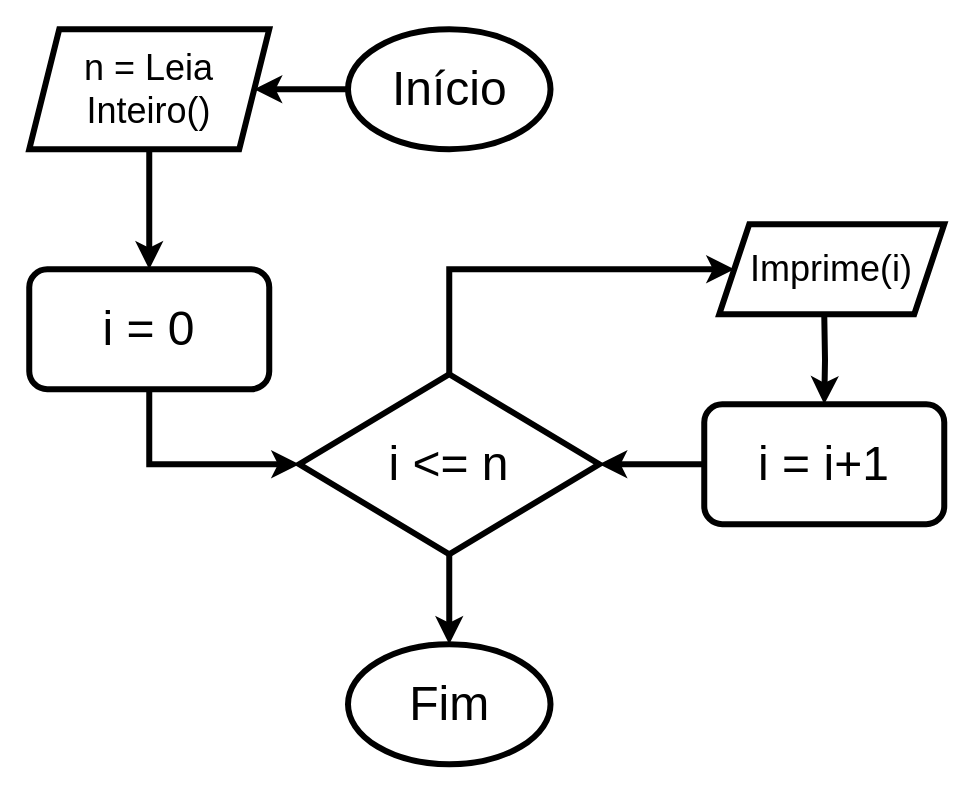
Before: while.drawio in viniciusrpb/drawio_flowcharts, a draw.io diagram. Source tidied: cells renumbered, new cells numbered last; positions are measured from the earlier drawing's top-left corner, leaving out a move shared by most shapes. Both pictures are drawn from the tidied source at 150%, with x=0, y=0 at pixel (28, 28).
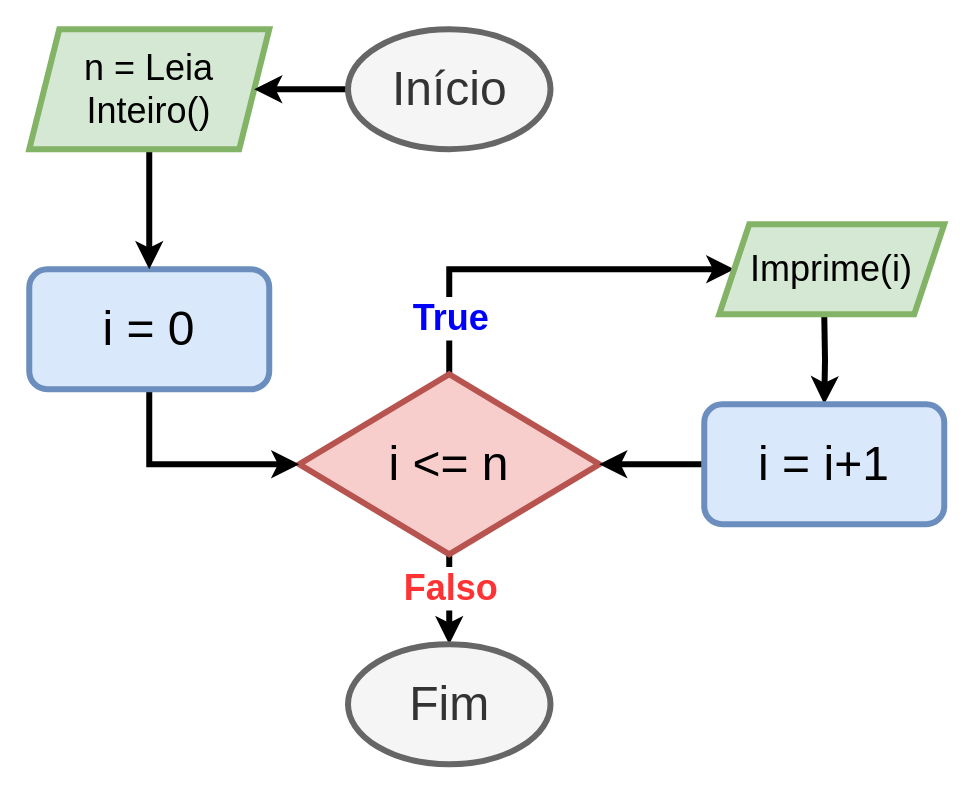
Above is the later version.

Unchanged cells that the change refers to:
```xml
<mxCell id="2" style="edgeStyle=orthogonalEdgeStyle;rounded=0;jettySize=auto;html=1;entryX=0;entryY=0.5;entryDx=0;entryDy=0;exitX=0.5;exitY=0;exitDx=0;exitDy=0;fontSize=32;strokeWidth=4;" parent="1" edge="1" source="4" target="15">
  <mxGeometry relative="1" as="geometry">
    <Array as="points">
      <mxPoint x="280" y="160" />
    </Array>
  </mxGeometry>
</mxCell>
<mxCell id="3" style="edgeStyle=orthogonalEdgeStyle;rounded=0;jettySize=auto;html=1;exitX=0.5;exitY=1;exitDx=0;exitDy=0;fontSize=32;entryX=0.5;entryY=0;entryDx=0;entryDy=0;strokeWidth=4;" parent="1" edge="1" source="4" target="12">
  <mxGeometry relative="1" as="geometry" />
</mxCell>
```

What changed in the source:
```diff
@@
+    <mxCell id="16" value="True" style="edgeLabel;html=1;align=center;verticalAlign=middle;fontColor=#0000FF;fontStyle=1;fontSize=24;" parent="2" vertex="1">
+      <mxGeometry x="-0.71" relative="1" as="geometry" />
+    </mxCell>
@@
+    <mxCell id="17" value="Falso" style="edgeLabel;html=1;align=center;verticalAlign=middle;fontSize=24;fontColor=#FF3333;fontStyle=1;" parent="3" vertex="1">
+      <mxGeometry x="-0.27" relative="1" as="geometry" />
+    </mxCell>
-    <mxCell id="4" value="&lt;font&gt;i &amp;lt;= n&lt;/font&gt;" style="rhombus;whiteSpace=wrap;html=1;fontSize=32;strokeWidth=4;" parent="1" vertex="1">
+    <mxCell id="4" value="&lt;font&gt;i &amp;lt;= n&lt;/font&gt;" style="rhombus;whiteSpace=wrap;html=1;fontSize=32;strokeWidth=4;fillColor=#f8cecc;strokeColor=#b85450;" parent="1" vertex="1">
       <mxGeometry x="180" y="230" width="200" height="120" as="geometry" />
     </mxCell>
@@
-    <mxCell id="6" value="&lt;font&gt;i = 0&lt;/font&gt;" style="rounded=1;whiteSpace=wrap;html=1;fontSize=32;strokeWidth=4;" parent="1" vertex="1">
+    <mxCell id="6" value="&lt;font&gt;i = 0&lt;/font&gt;" style="rounded=1;whiteSpace=wrap;html=1;fontSize=32;strokeWidth=4;fillColor=#dae8fc;strokeColor=#6c8ebf;" parent="1" vertex="1">
       <mxGeometry y="160" width="160" height="80" as="geometry" />
     </mxCell>
@@
-    <mxCell id="9" value="n = Leia Inteiro()" style="shape=parallelogram;perimeter=parallelogramPerimeter;whiteSpace=wrap;html=1;fixedSize=1;fontSize=24;strokeWidth=4;" parent="1" vertex="1">
+    <mxCell id="9" value="n = Leia Inteiro()" style="shape=parallelogram;perimeter=parallelogramPerimeter;whiteSpace=wrap;html=1;fixedSize=1;fontSize=24;strokeWidth=4;fillColor=#d5e8d4;strokeColor=#82b366;" parent="1" vertex="1">
       <mxGeometry width="160" height="80" as="geometry" />
     </mxCell>
@@
-    <mxCell id="11" value="&lt;font&gt;i = i+1&lt;/font&gt;" style="rounded=1;whiteSpace=wrap;html=1;fontSize=32;strokeWidth=4;" parent="1" vertex="1">
+    <mxCell id="11" value="&lt;font&gt;i = i+1&lt;/font&gt;" style="rounded=1;whiteSpace=wrap;html=1;fontSize=32;strokeWidth=4;fillColor=#dae8fc;strokeColor=#6c8ebf;" parent="1" vertex="1">
       <mxGeometry x="450" y="250" width="160" height="80" as="geometry" />
     </mxCell>
-    <mxCell id="12" value="Fim" style="ellipse;whiteSpace=wrap;html=1;fontSize=32;strokeWidth=4;" parent="1" vertex="1">
+    <mxCell id="12" value="Fim" style="ellipse;whiteSpace=wrap;html=1;fontSize=32;strokeWidth=4;fillColor=#f5f5f5;fontColor=#333333;strokeColor=#666666;" parent="1" vertex="1">
       <mxGeometry x="212.5" y="410" width="135" height="80" as="geometry" />
     </mxCell>
@@
-    <mxCell id="14" value="Início" style="ellipse;whiteSpace=wrap;html=1;fontSize=32;strokeWidth=4;" parent="1" vertex="1">
+    <mxCell id="14" value="Início" style="ellipse;whiteSpace=wrap;html=1;fontSize=32;strokeWidth=4;fillColor=#f5f5f5;fontColor=#333333;strokeColor=#666666;" parent="1" vertex="1">
       <mxGeometry x="212.5" width="135" height="80" as="geometry" />
     </mxCell>
-    <mxCell id="15" value="Imprime(i)" style="shape=parallelogram;perimeter=parallelogramPerimeter;whiteSpace=wrap;html=1;fixedSize=1;strokeWidth=4;fontSize=24;" parent="1" vertex="1">
+    <mxCell id="15" value="Imprime(i)" style="shape=parallelogram;perimeter=parallelogramPerimeter;whiteSpace=wrap;html=1;fixedSize=1;strokeWidth=4;fontSize=24;fillColor=#d5e8d4;strokeColor=#82b366;" parent="1" vertex="1">
       <mxGeometry x="460" y="130" width="150" height="60" as="geometry" />
     </mxCell>
```
